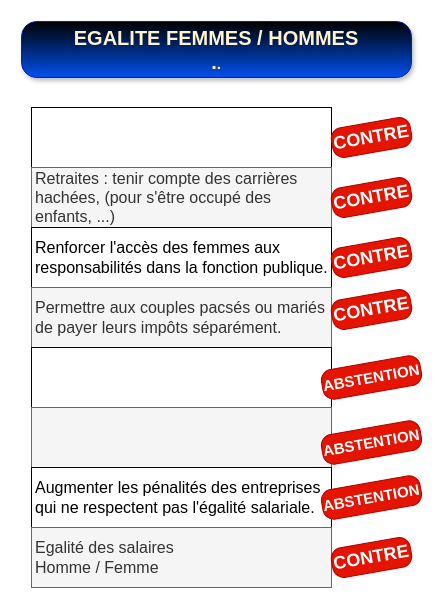
Before: drawio/droitsFemmes.drawio in bernard44600/cedbn, a draw.io diagram. Source tidied: cells renumbered, new cells numbered last; positions are measured from the earlier drawing's top-left corner, leaving out a move shared by most shapes. Both pictures are drawn from the tidied source at 100%, with x=0, y=0 at pixel (21, 21).
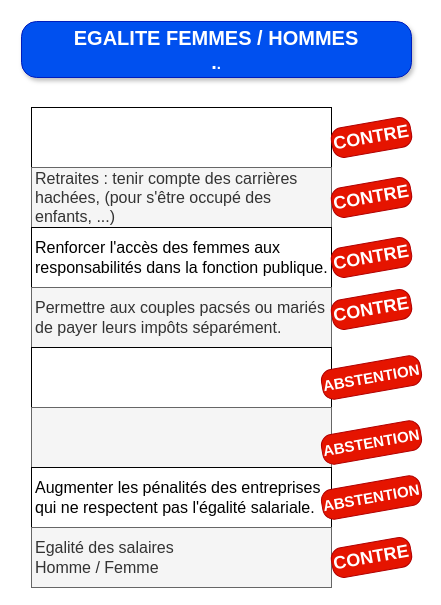
The same page after the edit.

Change to the diagram source:
```diff
@@
 <mxGraphModel>
   <root>
     <mxCell id="0" />
     <mxCell id="1" parent="0" />
-    <mxCell id="2" value="&lt;font face=&quot;Helvetica&quot;&gt;&lt;b&gt;EGALITE FEMMES / HOMMES&lt;br&gt;.&lt;font style=&quot;font-size: 15px;&quot;&gt;.&lt;/font&gt;&lt;/b&gt;&lt;/font&gt;" style="rounded=1;whiteSpace=wrap;html=1;fontSize=20;fillColor=#0050ef;strokeColor=#001DBC;fontColor=#FFF2CC;gradientColor=default;gradientDirection=north;roundedPerimeter=1;shadow=1;glass=0;multiple=0;fontFamily=Tahoma;labelBackgroundColor=none;arcSize=27;" parent="1" vertex="1">
+    <mxCell id="2" value="&lt;font face=&quot;Helvetica&quot;&gt;&lt;b&gt;EGALITE FEMMES / HOMMES&lt;br&gt;.&lt;font style=&quot;font-size: 15px;&quot;&gt;.&lt;/font&gt;&lt;/b&gt;&lt;/font&gt;" style="rounded=1;whiteSpace=wrap;html=1;fontSize=20;fillColor=#0050ef;strokeColor=#001DBC;fontColor=#FFFFFF;gradientColor=none;gradientDirection=north;roundedPerimeter=1;shadow=1;glass=0;multiple=0;fontFamily=Tahoma;labelBackgroundColor=none;arcSize=27;" parent="1" vertex="1">
       <mxGeometry width="390" height="56" as="geometry" />
     </mxCell>
     <mxCell id="3" style="rounded=0;whiteSpace=wrap;html=1;fontFamily=Helvetica;fontSize=16;align=left;spacingLeft=2;" parent="1" vertex="1">
       <mxGeometry x="10" y="86" width="300" height="60" as="geometry" />
     </mxCell>
     <mxCell id="4" value="Retraites : tenir compte des carrières hachées, (pour s'être occupé des enfants, ...)" style="rounded=0;whiteSpace=wrap;html=1;fontFamily=Helvetica;fontSize=16;align=left;fillColor=#f5f5f5;fontColor=#333333;strokeColor=#666666;spacingLeft=2;" parent="1" vertex="1">
       <mxGeometry x="10" y="146" width="300" height="60" as="geometry" />
     </mxCell>
     <mxCell id="5" value="Renforcer l'accès des femmes aux responsabilités dans la fonction publique." style="rounded=0;whiteSpace=wrap;html=1;fontFamily=Helvetica;fontSize=16;align=left;spacingLeft=2;" parent="1" vertex="1">
       <mxGeometry x="10" y="206" width="300" height="60" as="geometry" />
     </mxCell>
     <mxCell id="6" value="Permettre aux couples pacsés ou mariés de payer leurs impôts séparément." style="rounded=0;whiteSpace=wrap;html=1;fontFamily=Helvetica;fontSize=16;align=left;fillColor=#f5f5f5;fontColor=#333333;strokeColor=#666666;spacingLeft=2;" parent="1" vertex="1">
       <mxGeometry x="10" y="266" width="300" height="60" as="geometry" />
     </mxCell>
     <mxCell id="7" style="rounded=0;whiteSpace=wrap;html=1;fontFamily=Helvetica;fontSize=16;align=left;spacingLeft=2;" parent="1" vertex="1">
       <mxGeometry x="10" y="326" width="300" height="60" as="geometry" />
     </mxCell>
     <mxCell id="8" style="rounded=0;whiteSpace=wrap;html=1;fontFamily=Helvetica;fontSize=16;align=left;fillColor=#f5f5f5;fontColor=#333333;strokeColor=#666666;spacingLeft=2;" parent="1" vertex="1">
       <mxGeometry x="10" y="386" width="300" height="60" as="geometry" />
     </mxCell>
     <mxCell id="9" value="Augmenter les pénalités des entreprises qui ne respectent pas l'égalité salariale." style="rounded=0;whiteSpace=wrap;html=1;fontFamily=Helvetica;fontSize=16;align=left;spacingLeft=2;" parent="1" vertex="1">
       <mxGeometry x="10" y="446" width="300" height="60" as="geometry" />
     </mxCell>
     <mxCell id="10" value="Egalité des salaires &lt;br&gt;Homme / Femme" style="rounded=0;whiteSpace=wrap;html=1;fontFamily=Helvetica;fontSize=16;align=left;fillColor=#f5f5f5;fontColor=#333333;strokeColor=#666666;spacingLeft=2;" parent="1" vertex="1">
       <mxGeometry x="10" y="506" width="300" height="60" as="geometry" />
     </mxCell>
     <mxCell id="11" value="CONTRE" style="text;html=1;whiteSpace=wrap;strokeColor=#B20000;fillColor=#e51400;align=center;verticalAlign=middle;rounded=1;fontSize=18;fontColor=#ffffff;fontStyle=1;roundedPerimeter=1;arcSize=37;rotation=-10;" parent="1" vertex="1">
       <mxGeometry x="310" y="101" width="80" height="30" as="geometry" />
     </mxCell>
     <mxCell id="12" value="CONTRE" style="text;html=1;whiteSpace=wrap;strokeColor=#B20000;fillColor=#e51400;align=center;verticalAlign=middle;rounded=1;fontSize=18;fontColor=#ffffff;fontStyle=1;roundedPerimeter=1;arcSize=37;rotation=-10;" parent="1" vertex="1">
       <mxGeometry x="310" y="161" width="80" height="30" as="geometry" />
     </mxCell>
     <mxCell id="13" value="CONTRE" style="text;html=1;whiteSpace=wrap;strokeColor=#B20000;fillColor=#e51400;align=center;verticalAlign=middle;rounded=1;fontSize=18;fontColor=#ffffff;fontStyle=1;roundedPerimeter=1;arcSize=37;rotation=-10;" parent="1" vertex="1">
       <mxGeometry x="310" y="221" width="80" height="30" as="geometry" />
     </mxCell>
     <mxCell id="14" value="CONTRE" style="text;html=1;whiteSpace=wrap;strokeColor=#B20000;fillColor=#e51400;align=center;verticalAlign=middle;rounded=1;fontSize=18;fontColor=#ffffff;fontStyle=1;roundedPerimeter=1;arcSize=37;rotation=-10;" parent="1" vertex="1">
       <mxGeometry x="310" y="273" width="80" height="30" as="geometry" />
     </mxCell>
     <mxCell id="15" value="ABSTENTION" style="text;html=1;whiteSpace=wrap;strokeColor=#B20000;fillColor=#e51400;align=center;verticalAlign=middle;rounded=1;fontSize=15;fontColor=#ffffff;fontStyle=1;roundedPerimeter=1;arcSize=37;rotation=-10;" parent="1" vertex="1">
       <mxGeometry x="300" y="341" width="100" height="30" as="geometry" />
     </mxCell>
     <mxCell id="16" value="ABSTENTION" style="text;html=1;whiteSpace=wrap;strokeColor=#B20000;fillColor=#e51400;align=center;verticalAlign=middle;rounded=1;fontSize=15;fontColor=#ffffff;fontStyle=1;roundedPerimeter=1;arcSize=37;rotation=-10;" parent="1" vertex="1">
       <mxGeometry x="300" y="406" width="100" height="30" as="geometry" />
     </mxCell>
     <mxCell id="17" value="ABSTENTION" style="text;html=1;whiteSpace=wrap;strokeColor=#B20000;fillColor=#e51400;align=center;verticalAlign=middle;rounded=1;fontSize=15;fontColor=#ffffff;fontStyle=1;roundedPerimeter=1;arcSize=37;rotation=-10;" parent="1" vertex="1">
       <mxGeometry x="300" y="461" width="100" height="30" as="geometry" />
     </mxCell>
     <mxCell id="18" value="CONTRE" style="text;html=1;whiteSpace=wrap;strokeColor=#B20000;fillColor=#e51400;align=center;verticalAlign=middle;rounded=1;fontSize=18;fontColor=#ffffff;fontStyle=1;roundedPerimeter=1;arcSize=37;rotation=-10;" parent="1" vertex="1">
       <mxGeometry x="310" y="521" width="80" height="30" as="geometry" />
     </mxCell>
   </root>
 </mxGraphModel>
```
